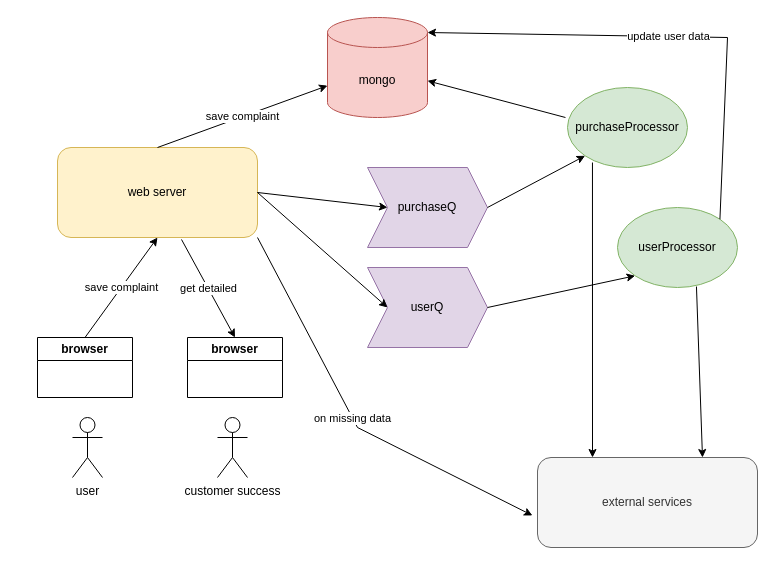
Earlier version of the draw.io diagram diagram.drawio (sshay77/intuit). Source tidied: cells renumbered, new cells numbered last; positions are measured from the earlier drawing's top-left corner, leaving out a move shared by most shapes. Both pictures are drawn from the tidied source at 100%, with x=0, y=0 at pixel (37, 17).
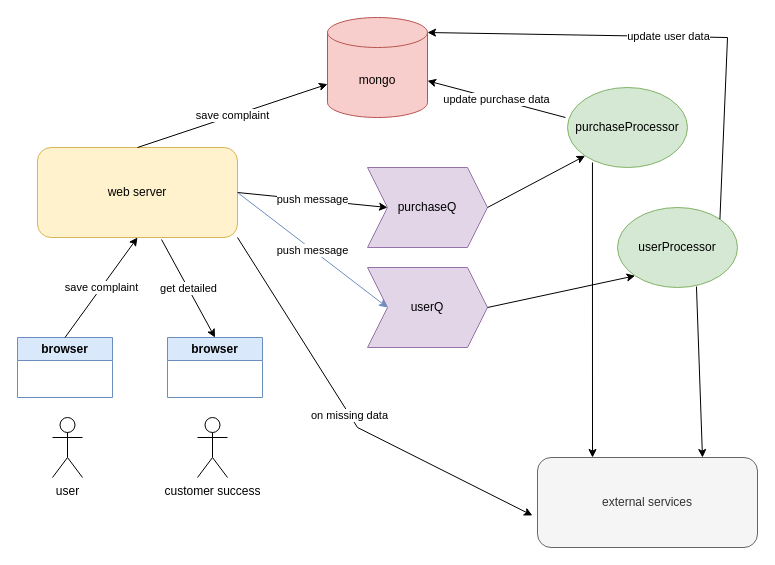
Above is the later version.

The change refers to these unchanged cells:
```xml
<mxCell id="3" value="mongo" style="shape=cylinder3;whiteSpace=wrap;html=1;boundedLbl=1;backgroundOutline=1;size=15;fillColor=#f8cecc;strokeColor=#b85450;" parent="1" vertex="1">
  <mxGeometry x="290" width="100" height="100" as="geometry" />
</mxCell>
<mxCell id="5" value="purchaseQ" style="shape=step;perimeter=stepPerimeter;whiteSpace=wrap;html=1;fixedSize=1;fillColor=#e1d5e7;strokeColor=#9673a6;" parent="1" vertex="1">
  <mxGeometry x="330" y="150" width="120" height="80" as="geometry" />
</mxCell>
<mxCell id="6" value="userQ" style="shape=step;perimeter=stepPerimeter;whiteSpace=wrap;html=1;fixedSize=1;fillColor=#e1d5e7;strokeColor=#9673a6;" parent="1" vertex="1">
  <mxGeometry x="330" y="250" width="120" height="80" as="geometry" />
</mxCell>
<mxCell id="12" value="purchaseProcessor" style="ellipse;whiteSpace=wrap;html=1;fillColor=#d5e8d4;strokeColor=#82b366;" parent="1" vertex="1">
  <mxGeometry x="530" y="70" width="120" height="80" as="geometry" />
</mxCell>
```

What changed in the source:
```diff
@@
     <mxCell id="2" value="web server" style="rounded=1;whiteSpace=wrap;html=1;fillColor=#fff2cc;strokeColor=#d6b656;" parent="1" vertex="1">
-      <mxGeometry x="20" y="130" width="200" height="90" as="geometry" />
+      <mxGeometry y="130" width="200" height="90" as="geometry" />
     </mxCell>
@@
-    <mxCell id="7" style="endArrow=classic;html=1;rounded=0;exitX=1;exitY=0.5;exitDx=0;exitDy=0;entryX=0;entryY=0.5;entryDx=0;entryDy=0;" parent="1" edge="1" source="2" target="5">
+    <mxCell id="7" value="push message" style="endArrow=classic;html=1;rounded=0;exitX=1;exitY=0.5;exitDx=0;exitDy=0;entryX=0;entryY=0.5;entryDx=0;entryDy=0;" parent="1" edge="1" source="2" target="5">
       <mxGeometry relative="1" as="geometry" />
     </mxCell>
-    <mxCell id="8" style="endArrow=classic;html=1;rounded=0;exitX=1;exitY=0.5;exitDx=0;exitDy=0;entryX=0;entryY=0.5;entryDx=0;entryDy=0;" parent="1" edge="1" source="2" target="6">
+    <mxCell id="8" value="push message" style="endArrow=classic;html=1;rounded=0;exitX=1;exitY=0.5;exitDx=0;exitDy=0;entryX=0;entryY=0.5;entryDx=0;entryDy=0;fillColor=#dae8fc;strokeColor=#6c8ebf;" parent="1" edge="1" source="2" target="6">
       <mxGeometry relative="1" as="geometry" />
     </mxCell>
     <mxCell id="9" value="user" style="shape=umlActor;verticalLabelPosition=bottom;verticalAlign=top;html=1;" parent="1" vertex="1">
-      <mxGeometry x="35" y="400" width="30" height="60" as="geometry" />
+      <mxGeometry x="15" y="400" width="30" height="60" as="geometry" />
     </mxCell>
-    <mxCell id="10" value="browser" style="swimlane;whiteSpace=wrap;html=1;" parent="1" vertex="1">
-      <mxGeometry y="320" width="95" height="60" as="geometry" />
+    <mxCell id="10" value="browser" style="swimlane;whiteSpace=wrap;html=1;fillColor=#dae8fc;strokeColor=#6c8ebf;" parent="1" vertex="1">
+      <mxGeometry x="-20" y="320" width="95" height="60" as="geometry" />
     </mxCell>
@@
-    <mxCell id="16" style="endArrow=classic;html=1;rounded=0;exitX=-0.017;exitY=0.375;exitDx=0;exitDy=0;exitPerimeter=0;" parent="1" edge="1" source="12" target="3">
+    <mxCell id="16" value="update purchase data" style="endArrow=classic;html=1;rounded=0;exitX=-0.017;exitY=0.375;exitDx=0;exitDy=0;exitPerimeter=0;" parent="1" edge="1" source="12" target="3">
       <mxGeometry relative="1" as="geometry" />
     </mxCell>
@@
     <mxCell id="18" value="customer success" style="shape=umlActor;verticalLabelPosition=bottom;verticalAlign=top;html=1;" parent="1" vertex="1">
-      <mxGeometry x="180" y="400" width="30" height="60" as="geometry" />
+      <mxGeometry x="160" y="400" width="30" height="60" as="geometry" />
     </mxCell>
-    <mxCell id="19" value="browser" style="swimlane;whiteSpace=wrap;html=1;" parent="1" vertex="1">
-      <mxGeometry x="150" y="320" width="95" height="60" as="geometry" />
+    <mxCell id="19" value="browser" style="swimlane;whiteSpace=wrap;html=1;fillColor=#dae8fc;strokeColor=#6c8ebf;" parent="1" vertex="1">
+      <mxGeometry x="130" y="320" width="95" height="60" as="geometry" />
     </mxCell>
```
